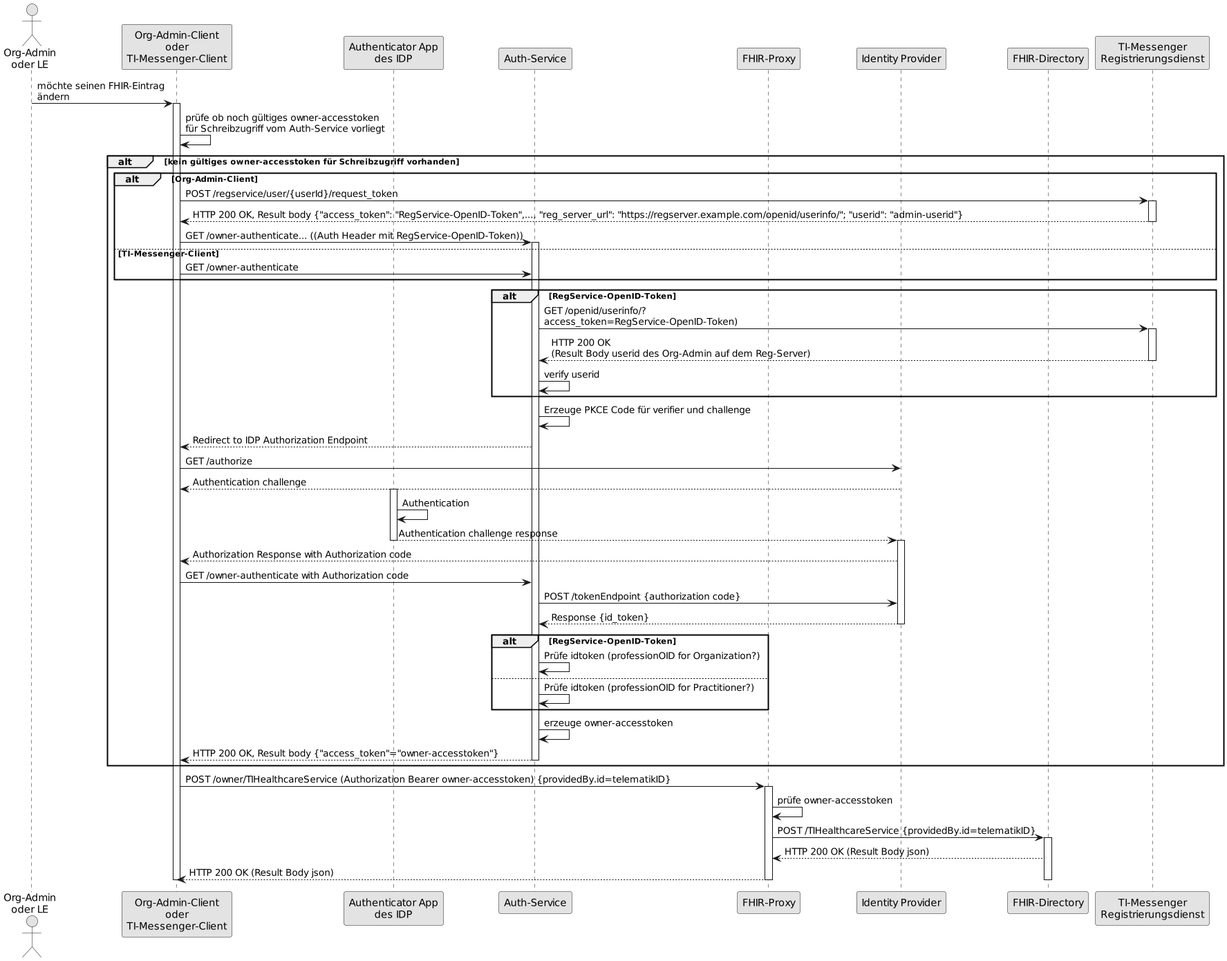
Earlier version of the PlantUML export images/diagrams/SequenceDiagram.FHIR-Directory.owner.png (gematik/api-vzd).
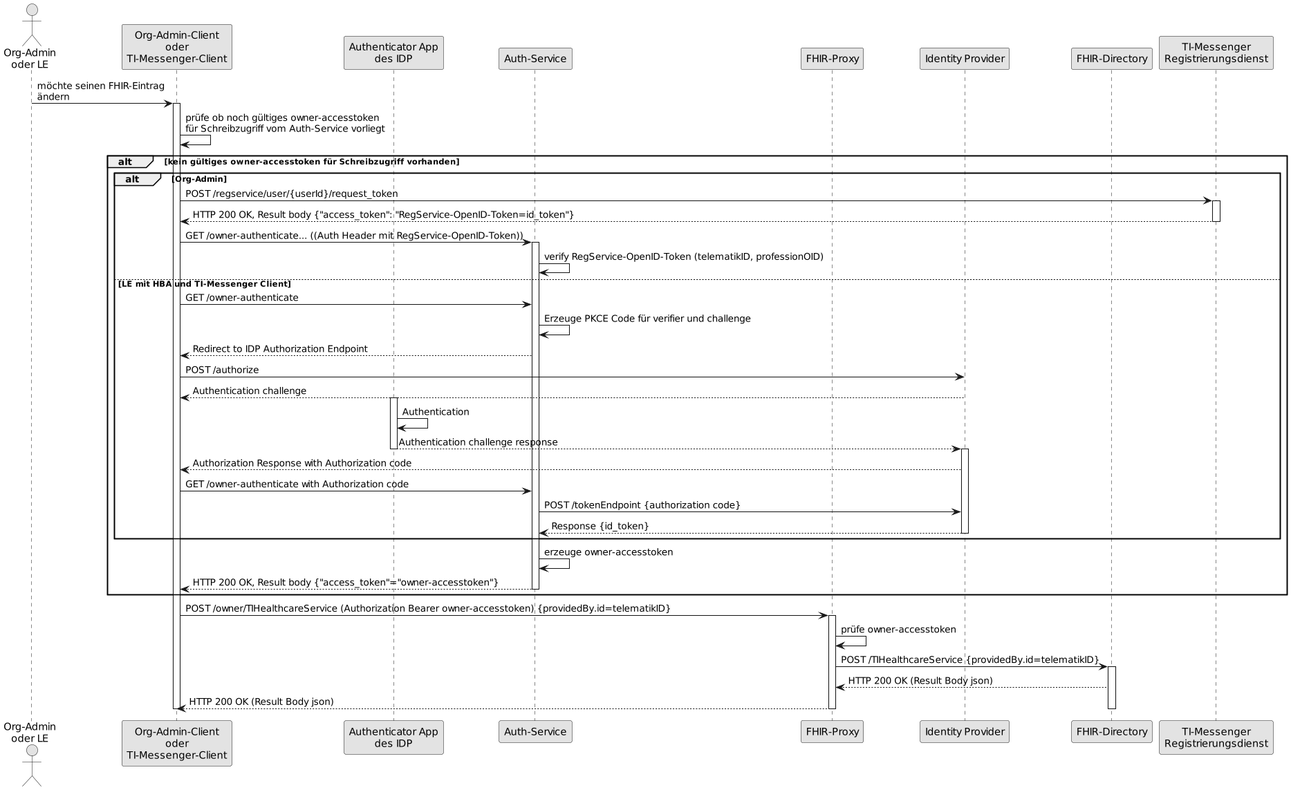
Above is the later version.

Change to the diagram source:
```diff
@@ -15,26 +15,19 @@
 activate cl
 cl -> cl: prüfe ob noch gültiges owner-accesstoken\nfür Schreibzugriff vom Auth-Service vorliegt
 alt kein gültiges owner-accesstoken für Schreibzugriff vorhanden
-alt Org-Admin-Client
+alt Org-Admin
 cl -> rd: POST /regservice/user/{userId}/request_token
 activate rd
-rd --> cl: HTTP 200 OK, Result body {"access_token": "RegService-OpenID-Token",..., "reg_server_url": "https://regserver.example.com/openid/userinfo/"; "userid": "admin-userid"}
+rd --> cl: HTTP 200 OK, Result body {"access_token": "RegService-OpenID-Token=id_token"}
 deactivate rd
 cl -> au: GET /owner-authenticate... ((Auth Header mit RegService-OpenID-Token))
 activate au
-else TI-Messenger-Client
+au -> au: verify RegService-OpenID-Token (telematikID, professionOID)
+else LE mit HBA und TI-Messenger Client
 cl -> au: GET /owner-authenticate
-end
-alt RegService-OpenID-Token
-au -> rd: GET /openid/userinfo/?\naccess_token=RegService-OpenID-Token)
-activate rd
-rd --> au: HTTP 200 OK\n(Result Body userid des Org-Admin auf dem Reg-Server)
-deactivate rd
-au -> au: verify userid
-end
 au -> au: Erzeuge PKCE Code für verifier und challenge
 au --> cl: Redirect to IDP Authorization Endpoint
-cl -> idp: GET /authorize
+cl -> idp: POST /authorize
 idp --> cl: Authentication challenge
 activate aa
 aa -> aa: Authentication
@@ -47,10 +40,6 @@
 idp --> au: Response {id_token}
 
 deactivate idp
-alt RegService-OpenID-Token
-au -> au: Prüfe idtoken (professionOID for Organization?)
-else
-au -> au: Prüfe idtoken (professionOID for Practitioner?)
 end
 au -> au: erzeuge owner-accesstoken
 au --> cl: HTTP 200 OK, Result body {"access_token"="owner-accesstoken"}
```
